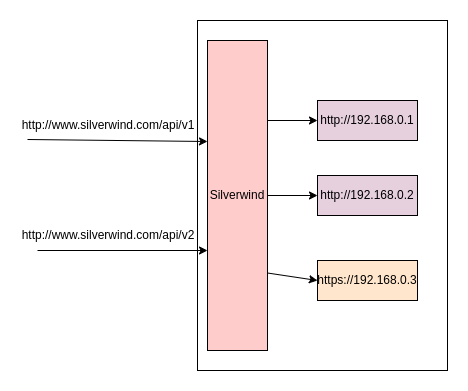
lsk569937453/image_repo keeps this draw.io diagram as silverwind-wiki/wiki1.drawio.png. Above is the earlier version. Source tidied: cells renumbered, new cells last; positions are measured from the earlier drawing's top-left corner, leaving out a move shared by most shapes. The source it was exported from:
```xml
<mxGraphModel>
  <root>
    <mxCell id="0" />
    <mxCell id="1" parent="0" />
    <mxCell id="2" style="rounded=0;whiteSpace=wrap;html=1;" parent="1" vertex="1">
      <mxGeometry x="170" width="250" height="350" as="geometry" />
    </mxCell>
    <mxCell id="3" style="edgeStyle=orthogonalEdgeStyle;rounded=0;jettySize=auto;html=1;entryX=0;entryY=0.5;entryDx=0;entryDy=0;" parent="1" edge="1" source="4" target="7">
      <mxGeometry relative="1" as="geometry" />
    </mxCell>
    <mxCell id="4" value="Silverwind" style="rounded=0;whiteSpace=wrap;html=1;fillColor=#FFCCCC;" parent="1" vertex="1">
      <mxGeometry x="180" y="20" width="60" height="310" as="geometry" />
    </mxCell>
    <mxCell id="5" style="endArrow=classic;html=1;rounded=0;entryX=0;entryY=0.5;entryDx=0;entryDy=0;" parent="1" edge="1" target="6">
      <mxGeometry relative="1" as="geometry">
        <mxPoint x="240" y="100" as="sourcePoint" />
      </mxGeometry>
    </mxCell>
    <mxCell id="6" value="http://192.168.0.1" style="rounded=0;whiteSpace=wrap;html=1;fillColor=#E6D0DE;" parent="1" vertex="1">
      <mxGeometry x="290" y="80" width="100" height="40" as="geometry" />
    </mxCell>
    <mxCell id="7" value="http://192.168.0.2" style="rounded=0;whiteSpace=wrap;html=1;fillColor=#E6D0DE;" parent="1" vertex="1">
      <mxGeometry x="290" y="155" width="100" height="40" as="geometry" />
    </mxCell>
    <mxCell id="8" value="https://192.168.0.3" style="rounded=0;whiteSpace=wrap;html=1;fillColor=#FFE6CC;" parent="1" vertex="1">
      <mxGeometry x="290" y="240" width="100" height="40" as="geometry" />
    </mxCell>
    <mxCell id="9" value="http://www.silverwind.com/api/v1" style="text;html=1;strokeColor=none;fillColor=none;align=center;verticalAlign=middle;whiteSpace=wrap;rounded=0;" parent="1" vertex="1">
      <mxGeometry x="51" y="90" width="60" height="30" as="geometry" />
    </mxCell>
    <mxCell id="10" style="endArrow=classic;html=1;rounded=0;exitX=1;exitY=0.75;exitDx=0;exitDy=0;entryX=0;entryY=0.5;entryDx=0;entryDy=0;" parent="1" edge="1" source="4" target="8">
      <mxGeometry relative="1" as="geometry" />
    </mxCell>
    <mxCell id="11" value="http://www.silverwind.com/api/v2" style="text;html=1;strokeColor=none;fillColor=none;align=center;verticalAlign=middle;whiteSpace=wrap;rounded=0;" parent="1" vertex="1">
      <mxGeometry x="51" y="200" width="60" height="30" as="geometry" />
    </mxCell>
    <mxCell id="12" style="endArrow=classic;html=1;rounded=0;" parent="1" edge="1">
      <mxGeometry relative="1" as="geometry">
        <mxPoint y="119" as="sourcePoint" />
        <mxPoint x="180" y="121" as="targetPoint" />
      </mxGeometry>
    </mxCell>
    <mxCell id="13" style="endArrow=classic;html=1;rounded=0;" parent="1" edge="1">
      <mxGeometry relative="1" as="geometry">
        <mxPoint x="10" y="230" as="sourcePoint" />
        <mxPoint x="180" y="230" as="targetPoint" />
      </mxGeometry>
    </mxCell>
  </root>
</mxGraphModel>
```
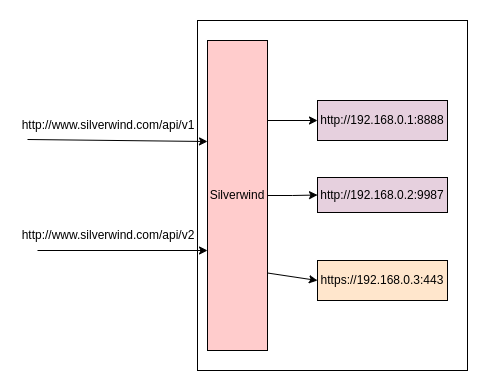
Above is the later version.

Diff of the diagram source:
```diff
@@ -3,7 +3,7 @@
     <mxCell id="0" />
     <mxCell id="1" parent="0" />
     <mxCell id="2" style="rounded=0;whiteSpace=wrap;html=1;" parent="1" vertex="1">
-      <mxGeometry x="170" width="250" height="350" as="geometry" />
+      <mxGeometry x="170" width="270" height="350" as="geometry" />
     </mxCell>
     <mxCell id="3" style="edgeStyle=orthogonalEdgeStyle;rounded=0;jettySize=auto;html=1;entryX=0;entryY=0.5;entryDx=0;entryDy=0;" parent="1" edge="1" source="4" target="7">
       <mxGeometry relative="1" as="geometry" />
@@ -16,14 +16,14 @@
         <mxPoint x="240" y="100" as="sourcePoint" />
       </mxGeometry>
     </mxCell>
-    <mxCell id="6" value="http://192.168.0.1" style="rounded=0;whiteSpace=wrap;html=1;fillColor=#E6D0DE;" parent="1" vertex="1">
-      <mxGeometry x="290" y="80" width="100" height="40" as="geometry" />
+    <mxCell id="6" value="http://192.168.0.1:8888" style="rounded=0;whiteSpace=wrap;html=1;fillColor=#E6D0DE;" parent="1" vertex="1">
+      <mxGeometry x="290" y="80" width="130" height="40" as="geometry" />
     </mxCell>
-    <mxCell id="7" value="http://192.168.0.2" style="rounded=0;whiteSpace=wrap;html=1;fillColor=#E6D0DE;" parent="1" vertex="1">
-      <mxGeometry x="290" y="155" width="100" height="40" as="geometry" />
+    <mxCell id="7" value="http://192.168.0.2:9987" style="rounded=0;whiteSpace=wrap;html=1;fillColor=#E6D0DE;" parent="1" vertex="1">
+      <mxGeometry x="290" y="157" width="130" height="35" as="geometry" />
     </mxCell>
-    <mxCell id="8" value="https://192.168.0.3" style="rounded=0;whiteSpace=wrap;html=1;fillColor=#FFE6CC;" parent="1" vertex="1">
-      <mxGeometry x="290" y="240" width="100" height="40" as="geometry" />
+    <mxCell id="8" value="https://192.168.0.3:443" style="rounded=0;whiteSpace=wrap;html=1;fillColor=#FFE6CC;" parent="1" vertex="1">
+      <mxGeometry x="290" y="240" width="130" height="40" as="geometry" />
     </mxCell>
     <mxCell id="9" value="http://www.silverwind.com/api/v1" style="text;html=1;strokeColor=none;fillColor=none;align=center;verticalAlign=middle;whiteSpace=wrap;rounded=0;" parent="1" vertex="1">
       <mxGeometry x="51" y="90" width="60" height="30" as="geometry" />
```
